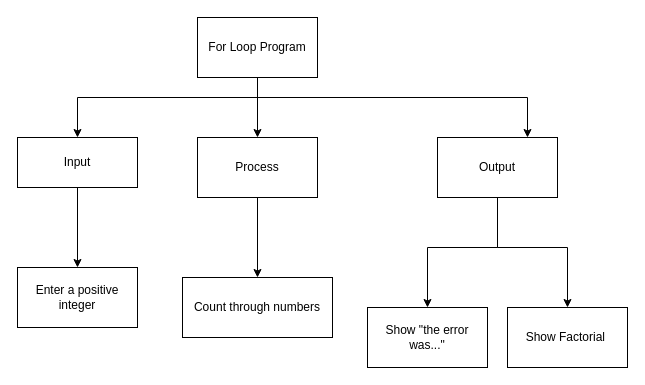
Earlier version of the draw.io diagram design/topdown.drawio (MTHS-ICS3U-2-2022/ICS3U-Unit-4-04-Nina-S-Mathew). Source tidied: cells renumbered, new cells numbered last; positions are measured from the earlier drawing's top-left corner, leaving out a move shared by most shapes. Both pictures are drawn from the tidied source at 100%, with x=0, y=0 at pixel (17, 17).
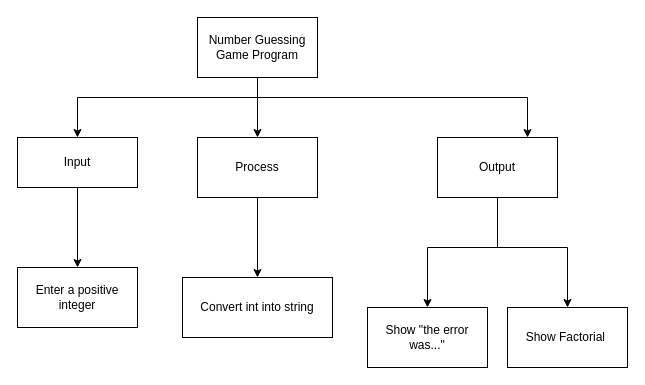
The same diagram, later.

Commit message (it also covers changes not shown here):
topdown and flowchart png

Change to the diagram source:
```diff
@@
-    <mxCell id="5" value="For Loop Program" style="rounded=0;whiteSpace=wrap;html=1;" parent="1" vertex="1">
+    <mxCell id="5" value="Number Guessing Game Program" style="rounded=0;whiteSpace=wrap;html=1;" parent="1" vertex="1">
       <mxGeometry x="180" width="120" height="60" as="geometry" />
     </mxCell>
@@
-    <mxCell id="14" value="Count through numbers" style="rounded=0;whiteSpace=wrap;html=1;" parent="1" vertex="1">
+    <mxCell id="14" value="Convert int into string" style="rounded=0;whiteSpace=wrap;html=1;" parent="1" vertex="1">
       <mxGeometry x="165" y="260" width="150" height="60" as="geometry" />
     </mxCell>
```
